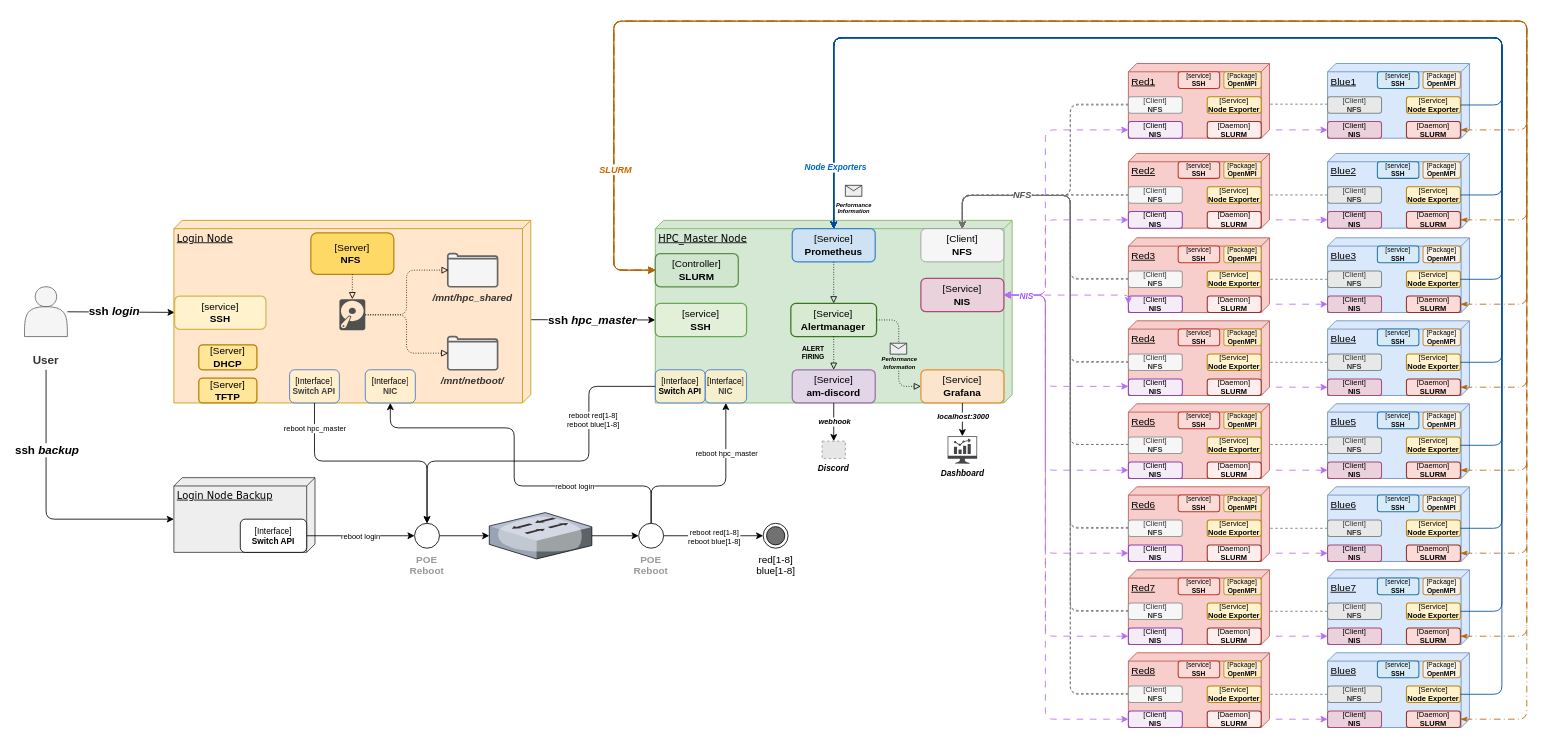
JohnnyPol/Pi_Cluster-ECE_NTUA_2024-2025 keeps this draw.io diagram as Deployment_Diagram_HPC_Raspberry_PI.drawio. Above is the earlier version. Source tidied: cells renumbered, new cells numbered last; positions are measured from the earlier drawing's top-left corner, leaving out a move shared by most shapes. Both pictures are drawn from the tidied source at 83%, with x=0, y=0 at pixel (24, 21). Pictures stored in the file or linked from it are replaced by grey dashed boxes.
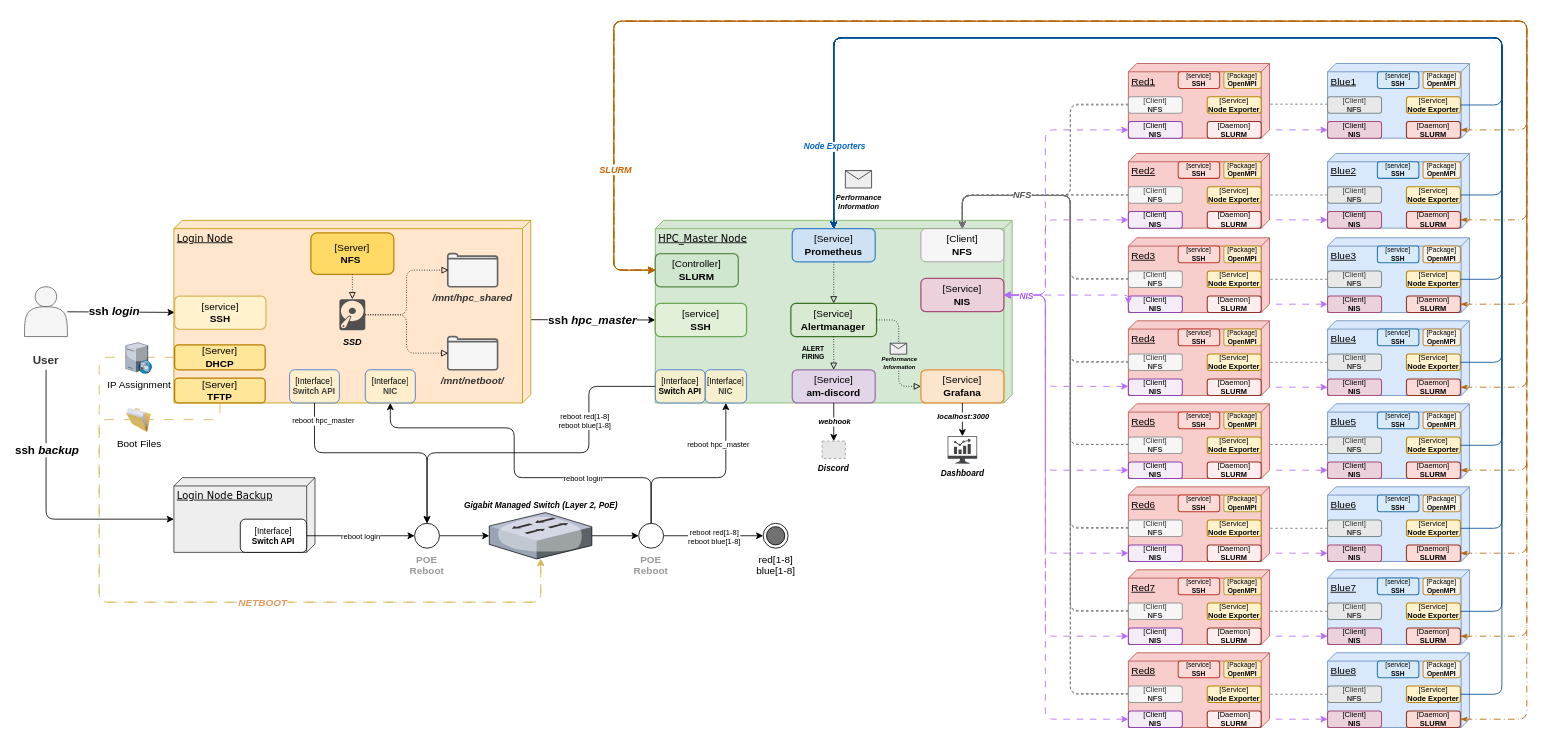
After the change.

Unchanged cells that the change refers to:
```xml
<mxCell id="23" style="group;" parent="1" vertex="1">
  <mxGeometry x="180" y="240" width="430" height="220" as="geometry" />
</mxCell>
<mxCell id="35" value="[Interface&lt;span style=&quot;color: rgb(63, 63, 63); background-color: transparent;&quot;&gt;]&lt;/span&gt;&lt;div&gt;&lt;span style=&quot;color: rgb(63, 63, 63); background-color: transparent;&quot;&gt;&lt;b&gt;Switch API&lt;/b&gt;&lt;/span&gt;&lt;/div&gt;" style="rounded=1;whiteSpace=wrap;html=1;glass=0;shadow=0;fillColor=#fff2cc;strokeColor=#1155CC;opacity=80;fontSize=10;" parent="23" vertex="1">
  <mxGeometry x="139.4" y="180" width="60" height="40" as="geometry" />
</mxCell>
<mxCell id="36" value="[Interface&lt;span style=&quot;color: rgb(63, 63, 63); background-color: transparent;&quot;&gt;]&lt;/span&gt;&lt;div&gt;&lt;font color=&quot;#3f3f3f&quot;&gt;&lt;b&gt;NIC&lt;/b&gt;&lt;/font&gt;&lt;/div&gt;" style="rounded=1;whiteSpace=wrap;html=1;glass=0;shadow=0;fillColor=#fff2cc;strokeColor=#1155CC;opacity=80;fontSize=10;" parent="23" vertex="1">
  <mxGeometry x="230.6" y="180" width="60.3" height="40" as="geometry" />
</mxCell>
<mxCell id="53" value="[Interface&lt;span style=&quot;color: rgb(63, 63, 63); background-color: transparent;&quot;&gt;]&lt;/span&gt;&lt;div&gt;&lt;span style=&quot;color: rgb(63, 63, 63); background-color: transparent;&quot;&gt;&lt;b&gt;NIC&lt;/b&gt;&lt;/span&gt;&lt;/div&gt;" style="rounded=1;whiteSpace=wrap;html=1;glass=0;shadow=0;fillColor=#fff2cc;strokeColor=#1155CC;opacity=80;fontSize=10;" parent="37" vertex="1">
  <mxGeometry x="60" y="180" width="50" height="40" as="geometry" />
</mxCell>
<mxCell id="54" value="[Interface]&lt;div&gt;&lt;b&gt;Switch API&lt;/b&gt;&lt;/div&gt;" style="rounded=1;whiteSpace=wrap;html=1;glass=0;shadow=0;fillColor=#fff2cc;strokeColor=#1155CC;opacity=80;fontSize=10;" parent="37" vertex="1">
  <mxGeometry y="180" width="60" height="40" as="geometry" />
</mxCell>
<mxCell id="71" value="POE&lt;div&gt;Reboot&lt;/div&gt;" style="ellipse;whiteSpace=wrap;html=1;labelPosition=center;verticalLabelPosition=bottom;align=center;verticalAlign=top;fontStyle=1;fontColor=#999999;" parent="1" vertex="1">
  <mxGeometry x="470" y="605" width="30" height="30" as="geometry" />
</mxCell>
<mxCell id="82" value="POE&lt;div&gt;Reboot&lt;/div&gt;" style="ellipse;whiteSpace=wrap;html=1;labelPosition=center;verticalLabelPosition=bottom;align=center;verticalAlign=top;fontStyle=1;fontColor=#999999;" parent="1" vertex="1">
  <mxGeometry x="740" y="605" width="30" height="30" as="geometry" />
</mxCell>
<mxCell id="237" style="edgeStyle=orthogonalEdgeStyle;rounded=1;jettySize=auto;html=1;curved=0;strokeColor=#004C99;" parent="1" edge="1" source="205" target="42">
  <mxGeometry relative="1" as="geometry">
    <Array as="points">
      <mxPoint x="1780" y="811" />
      <mxPoint x="1780" y="20" />
      <mxPoint x="975" y="20" />
    </Array>
  </mxGeometry>
</mxCell>
```

Diff of the diagram source:
```diff
@@
-    <mxCell id="25" style="sketch=0;shadow=0;dashed=0;html=1;strokeColor=none;fillColor=#505050;labelPosition=center;verticalLabelPosition=bottom;verticalAlign=top;outlineConnect=0;align=center;shape=mxgraph.office.devices.hard_disk;" parent="23" vertex="1">
+    <mxCell id="25" value="&lt;font style=&quot;font-size: 11px;&quot;&gt;SSD&lt;/font&gt;" style="sketch=0;shadow=0;dashed=0;html=1;strokeColor=none;fillColor=#505050;labelPosition=center;verticalLabelPosition=bottom;verticalAlign=top;outlineConnect=0;align=center;shape=mxgraph.office.devices.hard_disk;fontStyle=3;" parent="23" vertex="1">
       <mxGeometry x="199.4" y="95" width="31.2" height="37.5" as="geometry" />
     </mxCell>
@@
     <mxCell id="29" value="[Server]&lt;div&gt;&lt;b&gt;TFTP&lt;/b&gt;&lt;/div&gt;" style="rounded=1;whiteSpace=wrap;html=1;fillColor=#FFE699;strokeColor=#B57F00;strokeWidth=1.5;" parent="23" vertex="1">
-      <mxGeometry x="30" y="190" width="70" height="30" as="geometry" />
+      <mxGeometry x="0.9" y="190" width="109.1" height="30" as="geometry" />
     </mxCell>
     <mxCell id="30" value="[Server]&lt;div&gt;&lt;b&gt;DHCP&lt;/b&gt;&lt;/div&gt;" style="rounded=1;whiteSpace=wrap;html=1;fillColor=#FFE699;strokeColor=#B57F00;strokeWidth=1.5;" parent="23" vertex="1">
-      <mxGeometry x="30" y="150" width="70" height="30" as="geometry" />
+      <mxGeometry x="0.9" y="150" width="109.1" height="30" as="geometry" />
     </mxCell>
@@
-    <mxCell id="66" style="verticalLabelPosition=bottom;sketch=0;html=1;verticalAlign=top;strokeColor=none;align=center;outlineConnect=0;shape=mxgraph.citrix.switch;" parent="1" vertex="1">
+    <mxCell id="66" value="&lt;div&gt;Gigabit Managed Switch (Layer 2, PoE)&lt;/div&gt;" style="verticalLabelPosition=top;sketch=0;html=1;verticalAlign=bottom;strokeColor=none;align=center;outlineConnect=0;shape=mxgraph.citrix.switch;fontSize=10;fontStyle=3;labelBackgroundColor=default;labelPosition=center;" parent="1" vertex="1">
       <mxGeometry x="560" y="592.1" width="123.6" height="55.8" as="geometry" />
     </mxCell>
@@
     <mxCell id="72" style="edgeStyle=orthogonalEdgeStyle;rounded=1;jettySize=auto;html=1;exitX=0.5;exitY=1;exitDx=0;exitDy=0;curved=0;" parent="1" edge="1" source="35" target="71">
       <mxGeometry relative="1" as="geometry">
         <Array as="points">
-          <mxPoint x="349" y="530" />
-          <mxPoint x="485" y="530" />
+          <mxPoint x="349" y="520" />
+          <mxPoint x="485" y="520" />
         </Array>
       </mxGeometry>
     </mxCell>
     <mxCell id="73" value="reboot hpc_master" style="edgeLabel;html=1;align=center;verticalAlign=middle;fontSize=9;" parent="72" vertex="1">
       <mxGeometry x="-0.15" relative="1" as="geometry">
-        <mxPoint x="-49" y="-40" as="offset" />
+        <mxPoint x="-49" y="-39" as="offset" />
       </mxGeometry>
     </mxCell>
     <mxCell id="74" style="edgeStyle=orthogonalEdgeStyle;rounded=1;jettySize=auto;html=1;entryX=0.5;entryY=0;entryDx=0;entryDy=0;curved=0;exitX=0;exitY=0.5;exitDx=0;exitDy=0;" parent="1" edge="1" source="54" target="71">
       <mxGeometry relative="1" as="geometry">
         <Array as="points">
           <mxPoint x="680" y="440" />
-          <mxPoint x="680" y="530" />
-          <mxPoint x="485" y="530" />
+          <mxPoint x="680" y="520" />
+          <mxPoint x="485" y="520" />
         </Array>
       </mxGeometry>
     </mxCell>
     <mxCell id="75" value="reboot red[1-8]&lt;div&gt;reboot blue[1-8]&lt;/div&gt;" style="edgeLabel;html=1;align=center;verticalAlign=middle;fontSize=9;" parent="74" vertex="1">
       <mxGeometry x="-0.22" relative="1" as="geometry">
-        <mxPoint x="6" y="-50" as="offset" />
+        <mxPoint x="6" y="-39" as="offset" />
       </mxGeometry>
     </mxCell>
@@
     <mxCell id="78" style="edgeStyle=orthogonalEdgeStyle;rounded=1;jettySize=auto;html=1;curved=0;exitX=0.5;exitY=0;exitDx=0;exitDy=0;" parent="1" edge="1" source="82" target="53">
       <mxGeometry relative="1" as="geometry">
         <Array as="points">
-          <mxPoint x="755" y="560" />
-          <mxPoint x="845" y="560" />
+          <mxPoint x="755" y="550" />
+          <mxPoint x="845" y="550" />
         </Array>
       </mxGeometry>
     </mxCell>
@@
     <mxCell id="80" style="edgeStyle=orthogonalEdgeStyle;rounded=1;jettySize=auto;html=1;exitX=0.5;exitY=0;exitDx=0;exitDy=0;entryX=0.5;entryY=1;entryDx=0;entryDy=0;curved=0;" parent="1" edge="1" source="82" target="36">
       <mxGeometry relative="1" as="geometry">
         <Array as="points">
-          <mxPoint x="755" y="560" />
-          <mxPoint x="590" y="560" />
+          <mxPoint x="755" y="550" />
+          <mxPoint x="590" y="550" />
           <mxPoint x="590" y="490" />
           <mxPoint x="441" y="490" />
         </Array>
       </mxGeometry>
     </mxCell>
@@
-    <mxCell id="87" value="Performance&lt;div&gt;Information&lt;/div&gt;" style="shape=message;html=1;html=1;labelPosition=center;verticalLabelPosition=bottom;align=center;verticalAlign=top;fontStyle=3;fontSize=7;fillColor=#eeeeee;strokeColor=#36393d;" parent="1" vertex="1">
-      <mxGeometry x="989" y="197.8" width="19.9" height="13.2" as="geometry" />
+    <mxCell id="87" value="Performance&lt;div&gt;Information&lt;/div&gt;" style="shape=message;html=1;html=1;labelPosition=center;verticalLabelPosition=bottom;align=center;verticalAlign=top;fontStyle=3;fontSize=9;fillColor=#eeeeee;strokeColor=#36393d;" parent="1" vertex="1">
+      <mxGeometry x="989" y="180" width="31.6" height="21" as="geometry" />
     </mxCell>
@@
     <mxCell id="238" value="Node Exporters" style="edgeLabel;html=1;align=center;verticalAlign=middle;fontStyle=3;fontSize=10;fontColor=#0066CC;" parent="237" vertex="1">
-      <mxGeometry x="0.92" y="1" relative="1" as="geometry" />
+      <mxGeometry x="0.92" y="1" relative="1" as="geometry">
+        <mxPoint x="-1" y="-25" as="offset" />
+      </mxGeometry>
     </mxCell>
@@
+    <mxCell id="248" style="edgeStyle=orthogonalEdgeStyle;rounded=1;jettySize=auto;html=1;dashed=1;dashPattern=12 12;fillColor=#fff2cc;strokeColor=#d6b656;curved=0;" parent="1" edge="1" source="30" target="66">
+      <mxGeometry relative="1" as="geometry">
+        <Array as="points">
+          <mxPoint x="90" y="405" />
+          <mxPoint x="90" y="700" />
+          <mxPoint x="622" y="700" />
+        </Array>
+      </mxGeometry>
+    </mxCell>
+    <mxCell id="249" style="edgeStyle=orthogonalEdgeStyle;rounded=1;jettySize=auto;html=1;dashed=1;dashPattern=12 12;fillColor=#fff2cc;strokeColor=#d6b656;curved=0;" parent="1" edge="1" source="29" target="66">
+      <mxGeometry relative="1" as="geometry">
+        <Array as="points">
+          <mxPoint x="235" y="480" />
+          <mxPoint x="90" y="480" />
+          <mxPoint x="90" y="700" />
+          <mxPoint x="622" y="700" />
+        </Array>
+      </mxGeometry>
+    </mxCell>
+    <mxCell id="250" value="NETBOOT" style="edgeLabel;html=1;align=center;verticalAlign=middle;fontColor=#DD9C61;labelBackgroundColor=default;fontSize=12;fontStyle=3;" parent="249" vertex="1">
+      <mxGeometry x="0.2" relative="1" as="geometry" />
+    </mxCell>
+    <mxCell id="251" value="Boot Files" style="image;html=1;image=img/lib/clip_art/general/Full_Folder_128x128.png;" parent="1" vertex="1">
+      <mxGeometry x="122.2" y="465.4" width="30.6" height="30.6" as="geometry" />
+    </mxCell>
+    <mxCell id="252" value="IP Assignment" style="verticalLabelPosition=bottom;sketch=0;html=1;verticalAlign=top;strokeColor=none;align=center;shape=mxgraph.citrix.dhcp_server;" parent="1" vertex="1">
+      <mxGeometry x="121.8" y="387.3" width="31.5" height="37.3" as="geometry" />
+    </mxCell>
```
